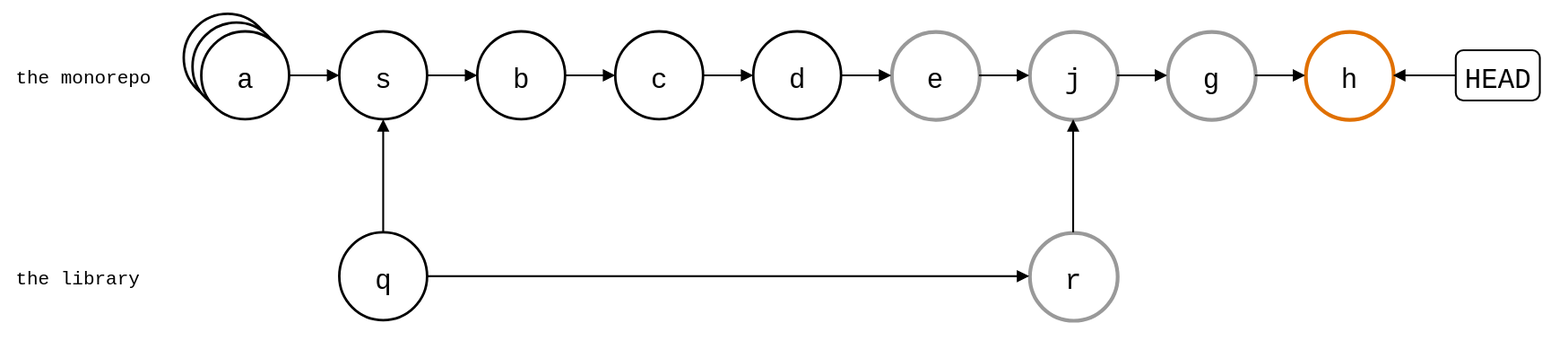
Above: test/comparisons/git-subtree-rejoin-walks.drawio.svg in roschaefer/git-splice (draw.io), before the change. Source tidied: cells renumbered, new cells last; positions are measured from the earlier drawing's top-left corner, leaving out a move shared by most shapes.
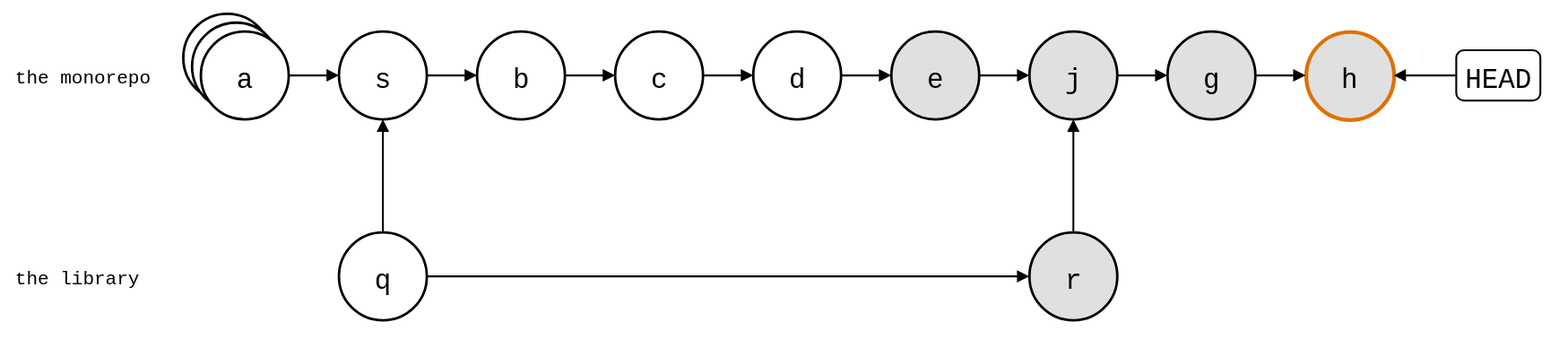
The same diagram one commit later.

What changed in the source:
```diff
@@ -29,22 +29,22 @@
     <mxCell id="10" value="d" style="ellipse;strokeWidth=2;fontSize=22;fontFamily=Roboto Mono,monospace;" parent="1" vertex="1">
       <mxGeometry x="590" y="14" width="70" height="70" as="geometry" />
     </mxCell>
-    <mxCell id="11" value="e" style="ellipse;fontSize=22;fontFamily=Roboto Mono,monospace;strokeColor=#999999;strokeWidth=3;" parent="1" vertex="1">
+    <mxCell id="11" value="e" style="ellipse;fontSize=22;fontFamily=Roboto Mono,monospace;strokeWidth=2;fillColor=#E0E0E0;" parent="1" vertex="1">
       <mxGeometry x="700" y="14" width="70" height="70" as="geometry" />
     </mxCell>
-    <mxCell id="12" value="j" style="ellipse;fontSize=22;fontFamily=Roboto Mono,monospace;strokeColor=#999999;strokeWidth=3;" parent="1" vertex="1">
+    <mxCell id="12" value="j" style="ellipse;fontSize=22;fontFamily=Roboto Mono,monospace;strokeWidth=2;fillColor=#E0E0E0;" parent="1" vertex="1">
       <mxGeometry x="810" y="14" width="70" height="70" as="geometry" />
     </mxCell>
     <mxCell id="13" value="q" style="ellipse;strokeWidth=2;fontSize=22;fontFamily=Roboto Mono,monospace;" parent="1" vertex="1">
       <mxGeometry x="260" y="174" width="70" height="70" as="geometry" />
     </mxCell>
-    <mxCell id="14" value="r" style="ellipse;fontSize=22;fontFamily=Roboto Mono,monospace;strokeColor=#999999;strokeWidth=3;" parent="1" vertex="1">
+    <mxCell id="14" value="r" style="ellipse;fontSize=22;fontFamily=Roboto Mono,monospace;strokeWidth=2;fillColor=#E0E0E0;" parent="1" vertex="1">
       <mxGeometry x="810" y="174" width="70" height="70" as="geometry" />
     </mxCell>
-    <mxCell id="15" value="g" style="ellipse;fontSize=22;fontFamily=Roboto Mono,monospace;strokeColor=#999999;strokeWidth=3;" parent="1" vertex="1">
+    <mxCell id="15" value="g" style="ellipse;fontSize=22;fontFamily=Roboto Mono,monospace;strokeWidth=2;fillColor=#E0E0E0;" parent="1" vertex="1">
       <mxGeometry x="920" y="14" width="70" height="70" as="geometry" />
     </mxCell>
-    <mxCell id="16" value="h" style="ellipse;fontSize=22;fontFamily=Roboto Mono,monospace;strokeColor=#E07000;strokeWidth=3;" parent="1" vertex="1">
+    <mxCell id="16" value="h" style="ellipse;fontSize=22;fontFamily=Roboto Mono,monospace;strokeColor=#E07000;strokeWidth=3;fillColor=#E0E0E0;" parent="1" vertex="1">
       <mxGeometry x="1030" y="14" width="70" height="70" as="geometry" />
     </mxCell>
     <mxCell id="17" style="endArrow=block;endFill=1;html=1;strokeWidth=1.5;rounded=0;" parent="1" edge="1" source="12" target="15">
```
